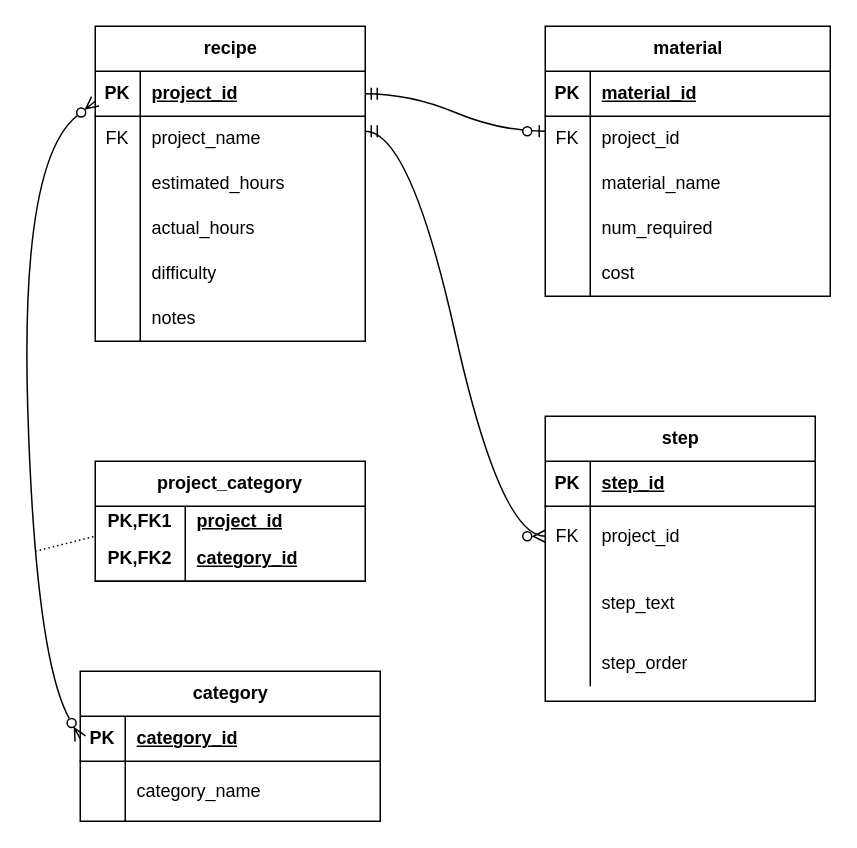
Before: PROM-BE Project ERD.drawio in KidronL/PromineoTech-BE23-MySQL, a draw.io diagram. Source tidied: cells renumbered, new cells numbered last; positions are measured from the earlier drawing's top-left corner, leaving out a move shared by most shapes. Both pictures are drawn from the tidied source at 150%, with x=0, y=0 at pixel (20, 26).
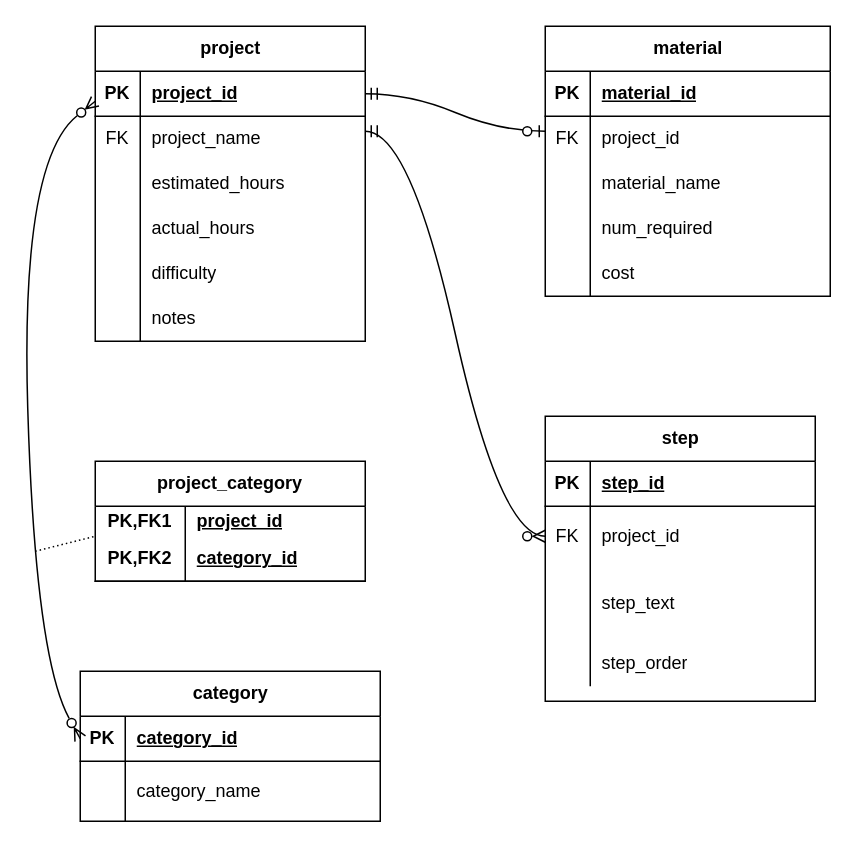
Above is the later version.

What changed in the source:
```diff
@@
-    <mxCell id="2" value="recipe" style="shape=table;startSize=30;childLayout=tableLayout;rowLines=0;fontStyle=1;align=center;html=1;" parent="1" vertex="1">
+    <mxCell id="2" value="project" style="shape=table;startSize=30;childLayout=tableLayout;rowLines=0;fontStyle=1;align=center;html=1;" parent="1" vertex="1">
       <mxGeometry x="50" width="180" height="210" as="geometry" />
     </mxCell>
```
